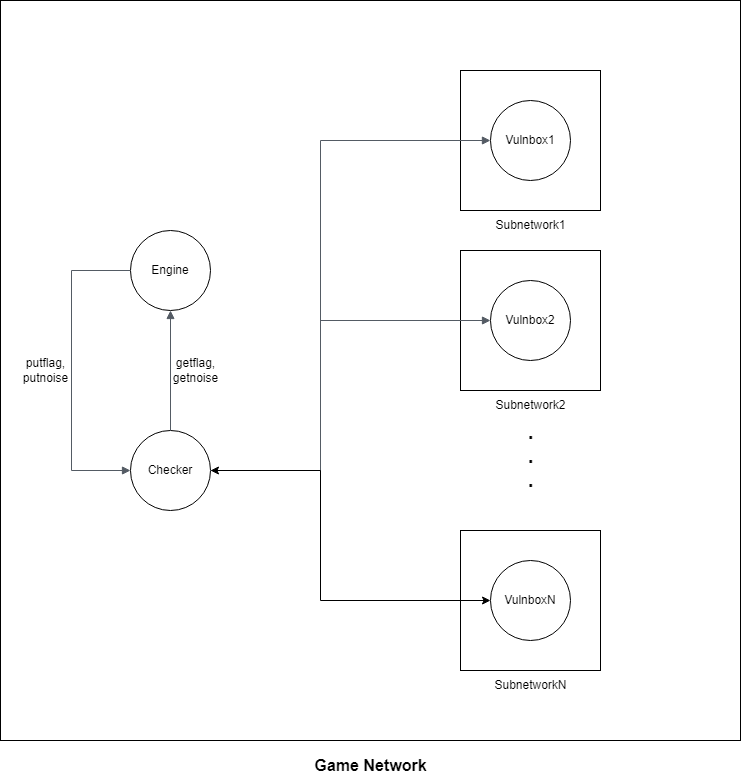
The draw.io diagram docs/infrastructure.png in ashiven/enosim, before a commit. Source tidied: cells renumbered, new cells last; positions are measured from the earlier drawing's top-left corner, leaving out a move shared by most shapes.
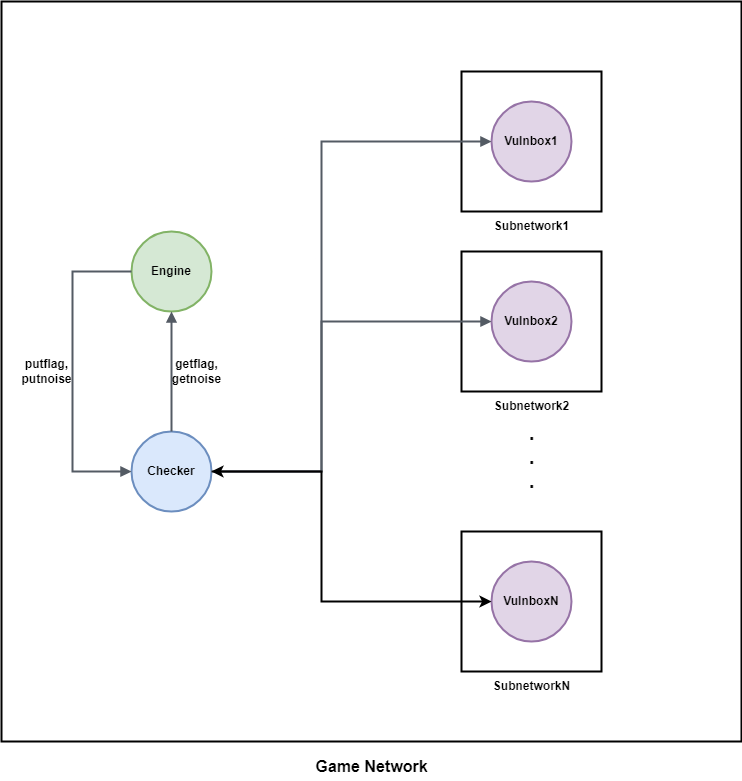
After the change.

Change to the diagram source:
```diff
@@ -2,34 +2,34 @@
   <root>
     <mxCell id="0" />
     <mxCell id="1" parent="0" />
+    <mxCell id="7" style="ellipse;whiteSpace=wrap;html=1;fontStyle=1;strokeWidth=2;fillColor=#e1d5e7;strokeColor=#9673a6;" parent="1" vertex="1">
+      <mxGeometry x="490" y="560" width="80" height="80" as="geometry" />
+    </mxCell>
+    <mxCell id="8" value="VulnboxN" style="whiteSpace=wrap;html=1;fillColor=none;fontStyle=1;strokeWidth=2;" parent="1" vertex="1">
+      <mxGeometry x="460" y="530" width="140" height="140" as="geometry" />
+    </mxCell>
+    <mxCell id="10" style="whiteSpace=wrap;html=1;fillColor=none;fontStyle=1;strokeWidth=2;" parent="1" vertex="1">
+      <mxGeometry x="460" y="250" width="140" height="140" as="geometry" />
+    </mxCell>
+    <mxCell id="9" style="whiteSpace=wrap;html=1;fillColor=none;fontStyle=1;strokeWidth=2;" parent="1" vertex="1">
+      <mxGeometry x="460" y="70" width="140" height="140" as="geometry" />
+    </mxCell>
-    <mxCell id="2" style="whiteSpace=wrap;html=1;fillColor=none;" parent="1" vertex="1">
+    <mxCell id="2" style="whiteSpace=wrap;html=1;fillColor=none;fontStyle=1;strokeWidth=2;" parent="1" vertex="1">
       <mxGeometry width="740" height="740" as="geometry" />
     </mxCell>
-    <mxCell id="3" value="Engine" style="ellipse;whiteSpace=wrap;html=1;" parent="1" vertex="1">
+    <mxCell id="3" value="Engine" style="ellipse;whiteSpace=wrap;html=1;fontStyle=1;strokeWidth=2;fillColor=#d5e8d4;strokeColor=#82b366;" parent="1" vertex="1">
       <mxGeometry x="130" y="230" width="80" height="80" as="geometry" />
     </mxCell>
-    <mxCell id="4" value="Checker" style="ellipse;whiteSpace=wrap;html=1;" parent="1" vertex="1">
+    <mxCell id="4" value="Checker" style="ellipse;whiteSpace=wrap;html=1;fontStyle=1;strokeWidth=2;fillColor=#dae8fc;strokeColor=#6c8ebf;" parent="1" vertex="1">
       <mxGeometry x="130" y="430" width="80" height="80" as="geometry" />
     </mxCell>
-    <mxCell id="5" value="Vulnbox1" style="ellipse;whiteSpace=wrap;html=1;" parent="1" vertex="1">
+    <mxCell id="5" value="Vulnbox1" style="ellipse;whiteSpace=wrap;html=1;fontStyle=1;strokeWidth=2;fillColor=#e1d5e7;strokeColor=#9673a6;" parent="1" vertex="1">
       <mxGeometry x="490" y="100" width="80" height="80" as="geometry" />
     </mxCell>
-    <mxCell id="6" value="Vulnbox2" style="ellipse;whiteSpace=wrap;html=1;" parent="1" vertex="1">
+    <mxCell id="6" value="Vulnbox2" style="ellipse;whiteSpace=wrap;html=1;fontStyle=1;strokeWidth=2;fillColor=#e1d5e7;strokeColor=#9673a6;" parent="1" vertex="1">
       <mxGeometry x="490" y="280" width="80" height="80" as="geometry" />
     </mxCell>
-    <mxCell id="7" style="ellipse;whiteSpace=wrap;html=1;" parent="1" vertex="1">
-      <mxGeometry x="490" y="560" width="80" height="80" as="geometry" />
-    </mxCell>
-    <mxCell id="8" value="VulnboxN" style="whiteSpace=wrap;html=1;fillColor=none;" parent="1" vertex="1">
-      <mxGeometry x="460" y="530" width="140" height="140" as="geometry" />
-    </mxCell>
-    <mxCell id="9" style="whiteSpace=wrap;html=1;fillColor=none;" parent="1" vertex="1">
-      <mxGeometry x="460" y="70" width="140" height="140" as="geometry" />
-    </mxCell>
-    <mxCell id="10" style="whiteSpace=wrap;html=1;fillColor=none;" parent="1" vertex="1">
-      <mxGeometry x="460" y="250" width="140" height="140" as="geometry" />
-    </mxCell>
-    <mxCell id="11" style="edgeStyle=orthogonalEdgeStyle;html=1;endArrow=block;elbow=vertical;startArrow=none;endFill=1;strokeColor=#545B64;rounded=0;exitX=0;exitY=0.5;exitDx=0;exitDy=0;entryX=0;entryY=0.5;entryDx=0;entryDy=0;" parent="1" edge="1" source="3" target="4">
+    <mxCell id="11" style="edgeStyle=orthogonalEdgeStyle;html=1;endArrow=block;elbow=vertical;startArrow=none;endFill=1;strokeColor=#545B64;rounded=0;exitX=0;exitY=0.5;exitDx=0;exitDy=0;entryX=0;entryY=0.5;entryDx=0;entryDy=0;fontStyle=1;strokeWidth=2;" parent="1" edge="1" source="3" target="4">
       <mxGeometry relative="1" as="geometry">
         <Array as="points">
           <mxPoint x="71" y="270" />
@@ -37,7 +37,7 @@
         </Array>
       </mxGeometry>
     </mxCell>
-    <mxCell id="12" style="edgeStyle=orthogonalEdgeStyle;html=1;endArrow=block;elbow=vertical;startArrow=none;endFill=1;strokeColor=#545B64;rounded=0;entryX=0.214;entryY=0.5;entryDx=0;entryDy=0;exitX=1;exitY=0.5;exitDx=0;exitDy=0;entryPerimeter=0;" parent="1" edge="1" source="4" target="9">
+    <mxCell id="12" style="edgeStyle=orthogonalEdgeStyle;html=1;endArrow=block;elbow=vertical;startArrow=none;endFill=1;strokeColor=#545B64;rounded=0;entryX=0.214;entryY=0.5;entryDx=0;entryDy=0;exitX=1;exitY=0.5;exitDx=0;exitDy=0;entryPerimeter=0;fontStyle=1;strokeWidth=2;" parent="1" edge="1" source="4" target="9">
       <mxGeometry relative="1" as="geometry">
         <Array as="points">
           <mxPoint x="320" y="470" />
@@ -45,7 +45,7 @@
         </Array>
       </mxGeometry>
     </mxCell>
-    <mxCell id="13" style="edgeStyle=orthogonalEdgeStyle;html=1;endArrow=block;elbow=vertical;startArrow=none;endFill=1;strokeColor=#545B64;rounded=0;exitX=1;exitY=0.5;exitDx=0;exitDy=0;" parent="1" edge="1" target="6">
+    <mxCell id="13" style="edgeStyle=orthogonalEdgeStyle;html=1;endArrow=block;elbow=vertical;startArrow=none;endFill=1;strokeColor=#545B64;rounded=0;exitX=1;exitY=0.5;exitDx=0;exitDy=0;fontStyle=1;strokeWidth=2;" parent="1" edge="1" target="6">
       <mxGeometry relative="1" as="geometry">
         <mxPoint x="210" y="470" as="sourcePoint" />
         <Array as="points">
@@ -54,31 +54,31 @@
         </Array>
       </mxGeometry>
     </mxCell>
-    <mxCell id="14" value=".&lt;br style=&quot;font-size: 20px;&quot;&gt;.&lt;br style=&quot;font-size: 20px;&quot;&gt;." style="text;html=1;align=center;verticalAlign=middle;strokeColor=none;fillColor=none;fontSize=20;fontStyle=1;" parent="1" vertex="1">
+    <mxCell id="14" value=".&lt;br style=&quot;font-size: 20px;&quot;&gt;.&lt;br style=&quot;font-size: 20px;&quot;&gt;." style="text;html=1;align=center;verticalAlign=middle;strokeColor=none;fillColor=none;fontSize=20;fontStyle=1;strokeWidth=2;" parent="1" vertex="1">
       <mxGeometry x="515" y="410" width="30" height="90" as="geometry" />
     </mxCell>
-    <mxCell id="15" value="Game Network" style="text;html=1;align=center;verticalAlign=middle;strokeColor=none;fillColor=none;fontStyle=1;fontSize=16;" parent="1" vertex="1">
+    <mxCell id="15" value="Game Network" style="text;html=1;align=center;verticalAlign=middle;strokeColor=none;fillColor=none;fontStyle=1;fontSize=16;strokeWidth=2;" parent="1" vertex="1">
       <mxGeometry x="300" y="750" width="140" height="30" as="geometry" />
     </mxCell>
-    <mxCell id="16" value="Subnetwork1" style="text;html=1;align=center;verticalAlign=middle;strokeColor=none;fillColor=none;" parent="1" vertex="1">
-      <mxGeometry x="485" y="210" width="90" height="30" as="geometry" />
+    <mxCell id="16" value="Subnetwork1" style="text;html=1;align=center;verticalAlign=middle;strokeColor=none;fillColor=none;fontStyle=1;strokeWidth=2;" parent="1" vertex="1">
+      <mxGeometry x="480" y="210" width="100" height="30" as="geometry" />
     </mxCell>
-    <mxCell id="17" value="Subnetwork2" style="text;html=1;align=center;verticalAlign=middle;strokeColor=none;fillColor=none;" parent="1" vertex="1">
-      <mxGeometry x="485" y="390" width="90" height="30" as="geometry" />
+    <mxCell id="17" value="Subnetwork2" style="text;html=1;align=center;verticalAlign=middle;strokeColor=none;fillColor=none;fontStyle=1;strokeWidth=2;" parent="1" vertex="1">
+      <mxGeometry x="480" y="390" width="100" height="30" as="geometry" />
     </mxCell>
-    <mxCell id="18" value="SubnetworkN" style="text;html=1;align=center;verticalAlign=middle;strokeColor=none;fillColor=none;" parent="1" vertex="1">
+    <mxCell id="18" value="SubnetworkN" style="text;html=1;align=center;verticalAlign=middle;strokeColor=none;fillColor=none;fontStyle=1;strokeWidth=2;" parent="1" vertex="1">
       <mxGeometry x="480" y="670" width="100" height="30" as="geometry" />
     </mxCell>
-    <mxCell id="19" style="edgeStyle=orthogonalEdgeStyle;html=1;endArrow=none;elbow=vertical;startArrow=block;startFill=1;strokeColor=#545B64;rounded=0;" parent="1" edge="1" source="3" target="4">
+    <mxCell id="19" style="edgeStyle=orthogonalEdgeStyle;html=1;endArrow=none;elbow=vertical;startArrow=block;startFill=1;strokeColor=#545B64;rounded=0;fontStyle=1;strokeWidth=2;" parent="1" edge="1" source="3" target="4">
       <mxGeometry relative="1" as="geometry" />
     </mxCell>
-    <mxCell id="20" value="putflag,&lt;br&gt;putnoise" style="text;html=1;align=center;verticalAlign=middle;strokeColor=none;fillColor=none;" parent="1" vertex="1">
+    <mxCell id="20" value="putflag,&lt;br&gt;putnoise" style="text;html=1;align=center;verticalAlign=middle;strokeColor=none;fillColor=none;fontStyle=1;strokeWidth=2;" parent="1" vertex="1">
       <mxGeometry x="10" y="350" width="70" height="40" as="geometry" />
     </mxCell>
-    <mxCell id="21" value="getflag,&lt;br&gt;getnoise" style="text;html=1;align=center;verticalAlign=middle;strokeColor=none;fillColor=none;" parent="1" vertex="1">
+    <mxCell id="21" value="getflag,&lt;br&gt;getnoise" style="text;html=1;align=center;verticalAlign=middle;strokeColor=none;fillColor=none;fontStyle=1;strokeWidth=2;" parent="1" vertex="1">
       <mxGeometry x="160" y="350" width="70" height="40" as="geometry" />
     </mxCell>
-    <mxCell id="22" style="endArrow=classic;startArrow=classic;html=1;rounded=0;exitX=1;exitY=0.5;exitDx=0;exitDy=0;entryX=0;entryY=0.5;entryDx=0;entryDy=0;" parent="1" edge="1" source="4" target="7">
+    <mxCell id="22" style="endArrow=classic;startArrow=classic;html=1;rounded=0;exitX=1;exitY=0.5;exitDx=0;exitDy=0;entryX=0;entryY=0.5;entryDx=0;entryDy=0;fontStyle=1;strokeWidth=2;" parent="1" edge="1" source="4" target="7">
       <mxGeometry relative="1" as="geometry">
         <Array as="points">
           <mxPoint x="320" y="470" />
```
